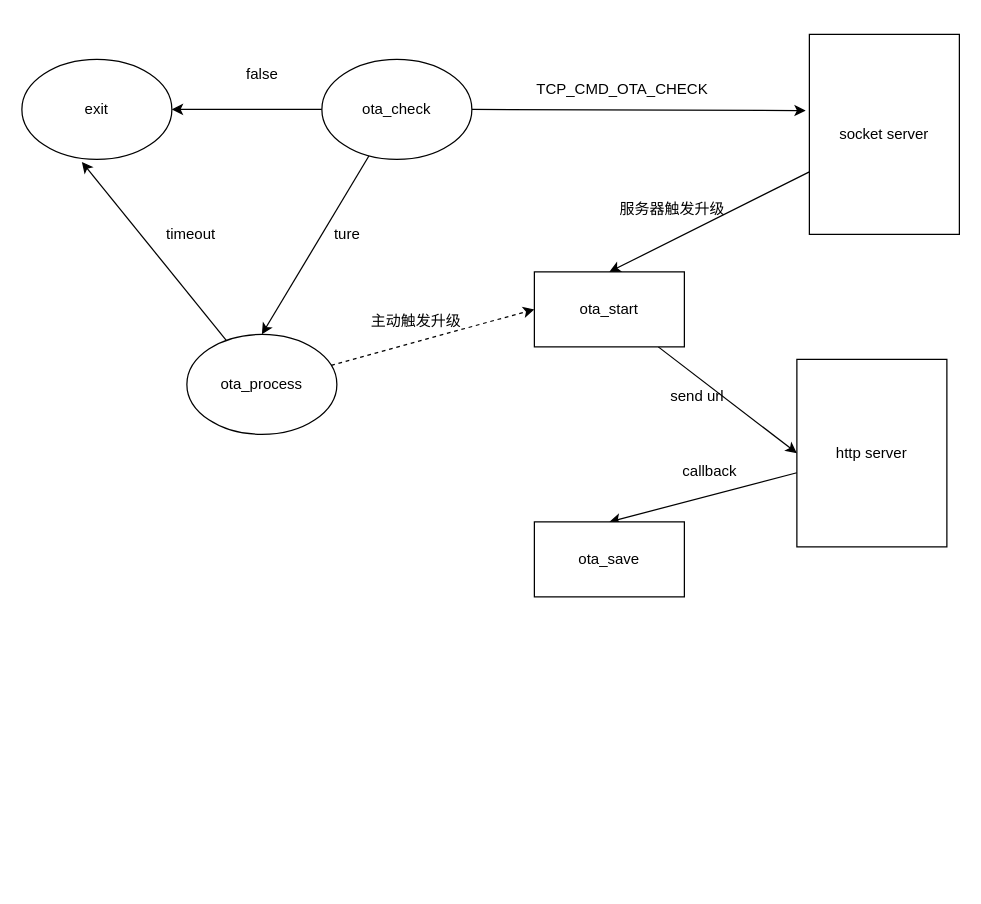
zhangmeizhen/test2 keeps this draw.io diagram as mcu_ota.drawio. Above is the earlier version. Source tidied: cells renumbered, new cells numbered last; positions are measured from the earlier drawing's top-left corner, leaving out a move shared by most shapes. Both pictures are drawn from the tidied source at 125%, with x=0, y=0 at pixel (21, 34).
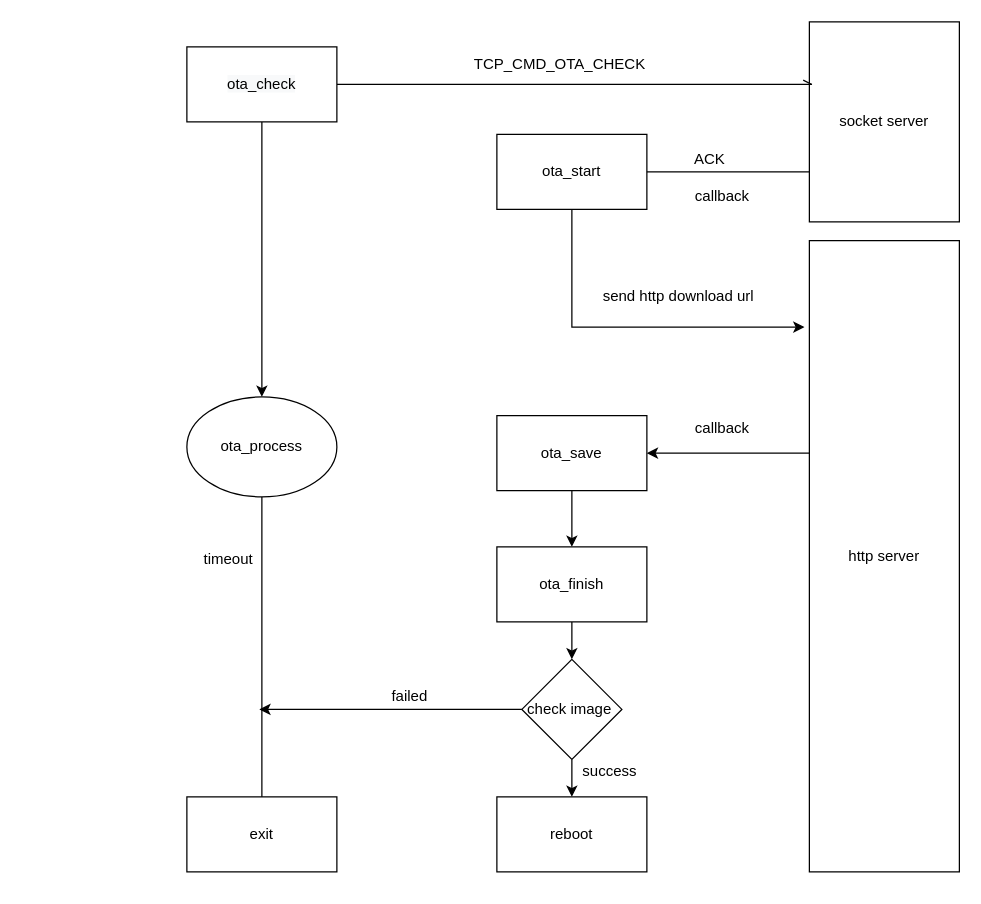
The same page after the edit.

The edit, as a diff of the source:
```diff
@@
-    <mxCell id="2" style="rounded=0;jettySize=auto;html=1;entryX=0.5;entryY=0;entryDx=0;entryDy=0;fontFamily=Helvetica;" parent="1" edge="1" source="5" target="10">
-      <mxGeometry relative="1" as="geometry" />
-    </mxCell>
-    <mxCell id="3" style="edgeStyle=orthogonalEdgeStyle;rounded=0;jettySize=auto;html=1;entryX=1;entryY=0.5;entryDx=0;entryDy=0;fontFamily=Helvetica;" parent="1" edge="1" source="5" target="12">
-      <mxGeometry relative="1" as="geometry" />
-    </mxCell>
-    <mxCell id="4" style="edgeStyle=none;rounded=0;jettySize=auto;html=1;entryX=-0.025;entryY=0.381;entryDx=0;entryDy=0;entryPerimeter=0;fontFamily=Helvetica;" parent="1" edge="1" source="5" target="7">
-      <mxGeometry relative="1" as="geometry" />
-    </mxCell>
-    <mxCell id="5" value="ota_check" style="ellipse;whiteSpace=wrap;html=1;fontFamily=Helvetica;" parent="1" vertex="1">
-      <mxGeometry x="240" y="20" width="120" height="80" as="geometry" />
-    </mxCell>
-    <mxCell id="6" style="edgeStyle=none;rounded=0;jettySize=auto;html=1;entryX=0.5;entryY=0;entryDx=0;entryDy=0;fontFamily=Helvetica;" parent="1" edge="1" source="7" target="20">
-      <mxGeometry relative="1" as="geometry" />
+    <mxCell id="6" style="edgeStyle=orthogonalEdgeStyle;rounded=0;jettySize=auto;html=1;entryX=0.917;entryY=0.5;entryDx=0;entryDy=0;entryPerimeter=0;endArrow=classic;endFill=1;" parent="1" edge="1" source="7" target="20">
+      <mxGeometry relative="1" as="geometry">
+        <Array as="points">
+          <mxPoint x="500" y="110" />
+          <mxPoint x="500" y="110" />
+        </Array>
+      </mxGeometry>
     </mxCell>
     <mxCell id="7" value="socket server" style="rounded=0;whiteSpace=wrap;html=1;fontFamily=Helvetica;" parent="1" vertex="1">
-      <mxGeometry x="630" width="120" height="160" as="geometry" />
+      <mxGeometry x="630" y="-10" width="120" height="160" as="geometry" />
     </mxCell>
-    <mxCell id="8" style="edgeStyle=none;rounded=0;jettySize=auto;html=1;entryX=0.4;entryY=1.025;entryDx=0;entryDy=0;entryPerimeter=0;fontFamily=Helvetica;" parent="1" edge="1" source="10" target="12">
+    <mxCell id="8" style="edgeStyle=none;rounded=0;jettySize=auto;html=1;entryX=0.5;entryY=1;entryDx=0;entryDy=0;fontFamily=Helvetica;" parent="1" edge="1" source="10" target="12">
       <mxGeometry relative="1" as="geometry" />
     </mxCell>
-    <mxCell id="9" style="edgeStyle=none;rounded=0;jettySize=auto;html=1;entryX=0;entryY=0.5;entryDx=0;entryDy=0;fontFamily=Helvetica;dashed=1;" parent="1" edge="1" source="10" target="20">
-      <mxGeometry relative="1" as="geometry" />
-    </mxCell>
     <mxCell id="10" value="ota_process" style="ellipse;whiteSpace=wrap;html=1;fontFamily=Helvetica;" parent="1" vertex="1">
-      <mxGeometry x="132" y="240" width="120" height="80" as="geometry" />
+      <mxGeometry x="132" y="290" width="120" height="80" as="geometry" />
     </mxCell>
-    <mxCell id="11" value="ture" style="text;html=1;align=center;verticalAlign=middle;fontFamily=Helvetica;" parent="1" vertex="1">
-      <mxGeometry x="240" y="150" width="40" height="20" as="geometry" />
-    </mxCell>
-    <mxCell id="12" value="exit" style="ellipse;whiteSpace=wrap;html=1;fontFamily=Helvetica;" parent="1" vertex="1">
-      <mxGeometry y="20" width="120" height="80" as="geometry" />
-    </mxCell>
-    <mxCell id="13" value="false" style="text;html=1;align=center;verticalAlign=middle;fontFamily=Helvetica;" parent="1" vertex="1">
-      <mxGeometry x="172" y="22" width="40" height="20" as="geometry" />
-    </mxCell>
     <mxCell id="14" value="TCP_CMD_OTA_CHECK" style="text;whiteSpace=wrap;html=1;fontFamily=Helvetica;" parent="1" vertex="1">
-      <mxGeometry x="410" y="30" width="160" height="30" as="geometry" />
+      <mxGeometry x="360" y="10" width="160" height="30" as="geometry" />
     </mxCell>
-    <mxCell id="15" style="edgeStyle=none;rounded=0;jettySize=auto;html=1;entryX=0.5;entryY=0;entryDx=0;entryDy=0;fontFamily=Helvetica;" parent="1" edge="1" source="16" target="21">
-      <mxGeometry relative="1" as="geometry" />
+    <mxCell id="15" style="edgeStyle=orthogonalEdgeStyle;rounded=0;jettySize=auto;html=1;entryX=1;entryY=0.5;entryDx=0;entryDy=0;endArrow=classic;endFill=1;" parent="1" edge="1" source="16" target="21">
+      <mxGeometry relative="1" as="geometry">
+        <Array as="points">
+          <mxPoint x="600" y="335" />
+          <mxPoint x="600" y="335" />
+        </Array>
+      </mxGeometry>
     </mxCell>
     <mxCell id="16" value="http server" style="rounded=0;whiteSpace=wrap;html=1;fontFamily=Helvetica;" parent="1" vertex="1">
-      <mxGeometry x="620" y="260" width="120" height="150" as="geometry" />
+      <mxGeometry x="630" y="165" width="120" height="505" as="geometry" />
     </mxCell>
     <mxCell id="17" value="callback" style="text;html=1;align=center;verticalAlign=middle;fontFamily=Helvetica;" parent="1" vertex="1">
-      <mxGeometry x="520" y="340" width="60" height="20" as="geometry" />
+      <mxGeometry x="530" y="305" width="60" height="20" as="geometry" />
     </mxCell>
     <mxCell id="18" value="timeout" style="text;html=1;align=center;verticalAlign=middle;fontFamily=Helvetica;" parent="1" vertex="1">
-      <mxGeometry x="110" y="150" width="50" height="20" as="geometry" />
+      <mxGeometry x="140" y="410" width="50" height="20" as="geometry" />
     </mxCell>
-    <mxCell id="19" style="edgeStyle=none;rounded=0;jettySize=auto;html=1;entryX=0;entryY=0.5;entryDx=0;entryDy=0;fontFamily=Helvetica;" parent="1" edge="1" source="20" target="16">
-      <mxGeometry relative="1" as="geometry" />
+    <mxCell id="19" style="edgeStyle=orthogonalEdgeStyle;rounded=0;jettySize=auto;html=1;endArrow=classic;endFill=1;exitX=0.5;exitY=1;exitDx=0;exitDy=0;entryX=-0.033;entryY=0.137;entryDx=0;entryDy=0;entryPerimeter=0;" parent="1" edge="1" source="20" target="16">
+      <mxGeometry relative="1" as="geometry">
+        <Array as="points">
+          <mxPoint x="440" y="234" />
+        </Array>
+      </mxGeometry>
     </mxCell>
-    <mxCell id="20" value="ota_start" style="rounded=0;whiteSpace=wrap;html=1;fontFamily=Helvetica;" parent="1" vertex="1">
-      <mxGeometry x="410" y="190" width="120" height="60" as="geometry" />
-    </mxCell>
+    <mxCell id="25" style="edgeStyle=orthogonalEdgeStyle;rounded=0;jettySize=auto;html=1;entryX=0.5;entryY=0;entryDx=0;entryDy=0;endArrow=classic;endFill=1;" parent="1" edge="1" source="21" target="28">
+      <mxGeometry relative="1" as="geometry" />
+    </mxCell>
     <mxCell id="21" value="ota_save" style="rounded=0;whiteSpace=wrap;html=1;fontFamily=Helvetica;" parent="1" vertex="1">
-      <mxGeometry x="410" y="390" width="120" height="60" as="geometry" />
+      <mxGeometry x="380" y="305" width="120" height="60" as="geometry" />
     </mxCell>
-    <mxCell id="22" value="send url" style="text;html=1;align=center;verticalAlign=middle;fontFamily=Helvetica;" parent="1" vertex="1">
-      <mxGeometry x="510" y="280" width="60" height="20" as="geometry" />
+    <mxCell id="22" value="send http download url" style="text;html=1;align=center;verticalAlign=middle;fontFamily=Helvetica;" parent="1" vertex="1">
+      <mxGeometry x="455" y="200" width="140" height="20" as="geometry" />
     </mxCell>
-    <mxCell id="23" value="主动触发升级" style="text;html=1;align=center;verticalAlign=middle;fontFamily=Helvetica;" parent="1" vertex="1">
-      <mxGeometry x="270" y="220" width="90" height="20" as="geometry" />
-    </mxCell>
-    <mxCell id="24" value="服务器触发升级" style="text;html=1;align=center;verticalAlign=middle;fontFamily=Helvetica;" parent="1" vertex="1">
-      <mxGeometry x="470" y="130" width="100" height="20" as="geometry" />
-    </mxCell>
+    <mxCell id="12" value="&lt;span&gt;exit&lt;/span&gt;" style="rounded=0;whiteSpace=wrap;html=1;" parent="1" vertex="1">
+      <mxGeometry x="132" y="610" width="120" height="60" as="geometry" />
+    </mxCell>
+    <mxCell id="26" value="ACK" style="text;html=1;align=center;verticalAlign=middle;" parent="1" vertex="1">
+      <mxGeometry x="530" y="90" width="40" height="20" as="geometry" />
+    </mxCell>
+    <mxCell id="4" style="edgeStyle=orthogonalEdgeStyle;rounded=0;jettySize=auto;html=1;entryX=0.017;entryY=0.313;entryDx=0;entryDy=0;entryPerimeter=0;endArrow=openAsync;endFill=0;" parent="1" edge="1" source="5" target="7">
+      <mxGeometry relative="1" as="geometry" />
+    </mxCell>
+    <mxCell id="2" style="edgeStyle=orthogonalEdgeStyle;rounded=0;jettySize=auto;html=1;endArrow=classic;endFill=1;" parent="1" edge="1" source="5" target="10">
+      <mxGeometry relative="1" as="geometry" />
+    </mxCell>
+    <mxCell id="5" value="&#10;&#10;&lt;span style=&quot;color: rgb(0, 0, 0); font-family: helvetica; font-size: 12px; font-style: normal; font-weight: 400; letter-spacing: normal; text-align: center; text-indent: 0px; text-transform: none; word-spacing: 0px; background-color: rgb(248, 249, 250); display: inline; float: none;&quot;&gt;ota_check&lt;/span&gt;&#10;&#10;" style="rounded=0;whiteSpace=wrap;html=1;" parent="1" vertex="1">
+      <mxGeometry x="132" y="10" width="120" height="60" as="geometry" />
+    </mxCell>
+    <mxCell id="27" style="edgeStyle=orthogonalEdgeStyle;rounded=0;jettySize=auto;html=1;endArrow=classic;endFill=1;" parent="1" edge="1" source="28" target="33">
+      <mxGeometry relative="1" as="geometry" />
+    </mxCell>
+    <mxCell id="28" value="ota_finish" style="rounded=0;whiteSpace=wrap;html=1;" parent="1" vertex="1">
+      <mxGeometry x="380" y="410" width="120" height="60" as="geometry" />
+    </mxCell>
+    <mxCell id="29" value="failed" style="text;html=1;align=center;verticalAlign=middle;" parent="1" vertex="1">
+      <mxGeometry x="290" y="520" width="40" height="20" as="geometry" />
+    </mxCell>
+    <mxCell id="30" value="reboot" style="rounded=0;whiteSpace=wrap;html=1;" parent="1" vertex="1">
+      <mxGeometry x="380" y="610" width="120" height="60" as="geometry" />
+    </mxCell>
+    <mxCell id="31" style="edgeStyle=orthogonalEdgeStyle;rounded=0;jettySize=auto;html=1;endArrow=classic;endFill=1;" parent="1" edge="1" source="33" target="30">
+      <mxGeometry relative="1" as="geometry" />
+    </mxCell>
+    <mxCell id="32" style="edgeStyle=orthogonalEdgeStyle;rounded=0;jettySize=auto;html=1;endArrow=classic;endFill=1;" parent="1" edge="1" source="33">
+      <mxGeometry relative="1" as="geometry">
+        <mxPoint x="190" y="540" as="targetPoint" />
+      </mxGeometry>
+    </mxCell>
+    <mxCell id="33" value="check image&amp;nbsp;" style="rhombus;whiteSpace=wrap;html=1;" parent="1" vertex="1">
+      <mxGeometry x="400" y="500" width="80" height="80" as="geometry" />
+    </mxCell>
+    <mxCell id="34" value="success" style="text;html=1;align=center;verticalAlign=middle;" parent="1" vertex="1">
+      <mxGeometry x="440" y="580" width="60" height="20" as="geometry" />
+    </mxCell>
+    <mxCell id="20" value="ota_start" style="rounded=0;whiteSpace=wrap;html=1;fontFamily=Helvetica;" parent="1" vertex="1">
+      <mxGeometry x="380" y="80" width="120" height="60" as="geometry" />
+    </mxCell>
+    <mxCell id="35" value="callback" style="text;html=1;align=center;verticalAlign=middle;" parent="1" vertex="1">
+      <mxGeometry x="530" y="120" width="60" height="20" as="geometry" />
+    </mxCell>
```
